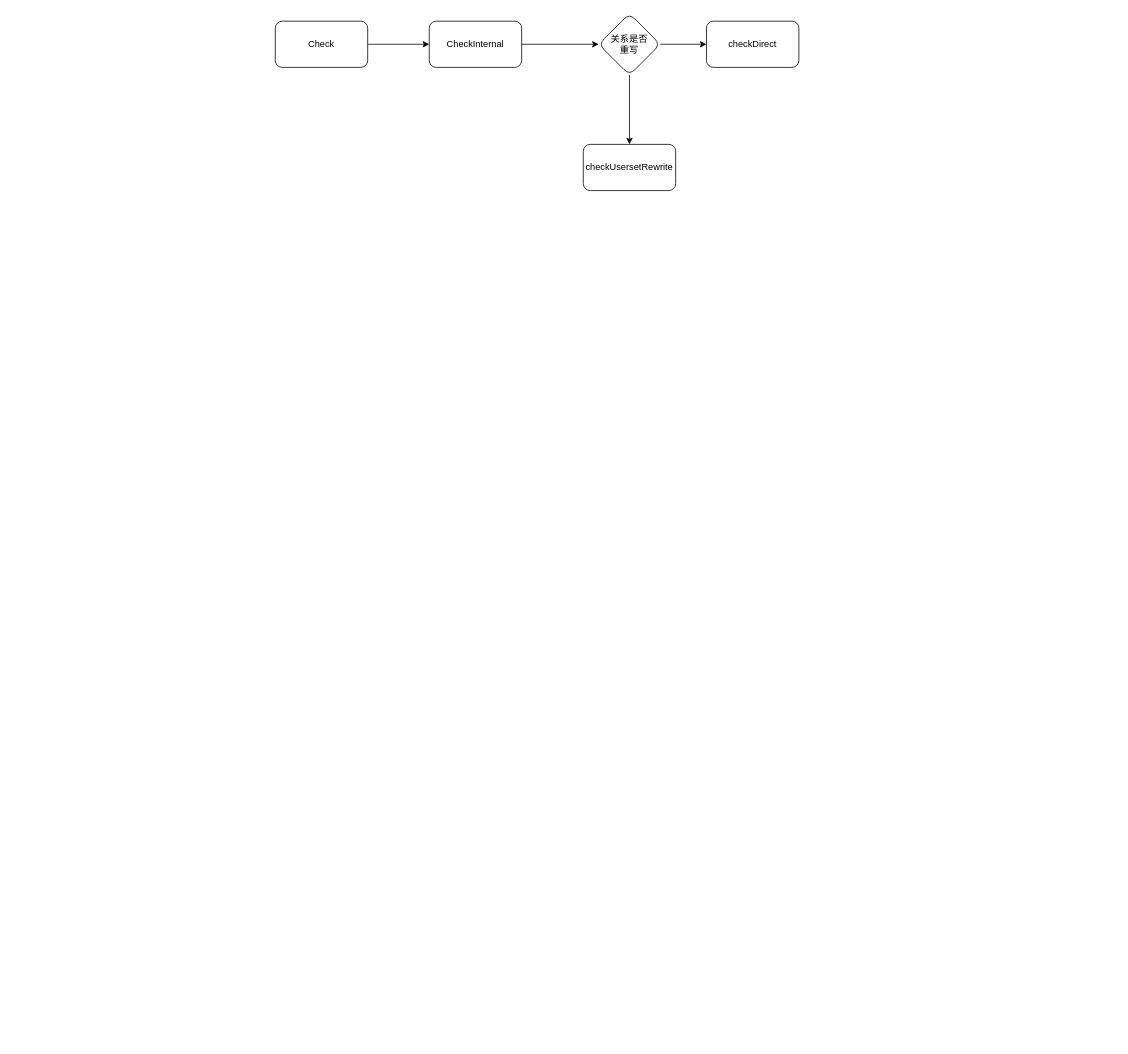
This is checker.drawio from yamilinqh/spicedb, a draw.io file, before an edit. Source tidied: cells renumbered, new cells numbered last; positions are measured from the earlier drawing's top-left corner, leaving out a move shared by most shapes. Both pictures are drawn from the tidied source at 77%, with x=0, y=0 at pixel (275, 13).
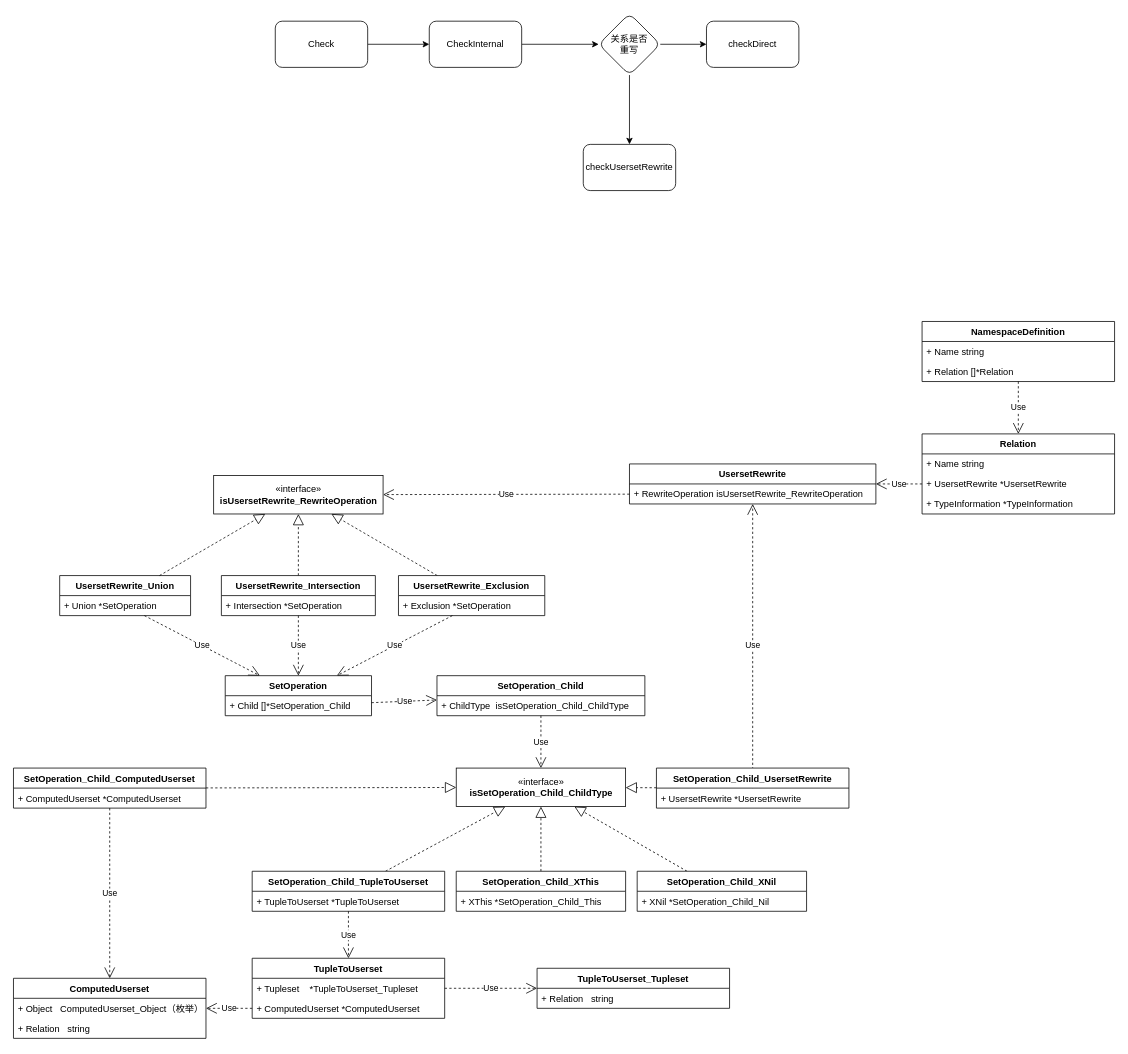
Above is the later version.

What changed in the source:
```diff
@@
+    <mxCell id="11" value="«interface»&lt;br&gt;&lt;b&gt;isUsersetRewrite_RewriteOperation&lt;/b&gt;" style="html=1;" parent="1" vertex="1">
+      <mxGeometry x="-80" y="600" width="220" height="50" as="geometry" />
+    </mxCell>
+    <mxCell id="12" value="UsersetRewrite_Union" style="swimlane;fontStyle=1;align=center;verticalAlign=top;horizontal=1;startSize=26;" parent="1" vertex="1">
+      <mxGeometry x="-280" y="730" width="170" height="52" as="geometry" />
+    </mxCell>
+    <mxCell id="13" value="+ Union *SetOperation" style="text;strokeColor=none;fillColor=none;align=left;verticalAlign=top;spacingLeft=4;spacingRight=4;overflow=hidden;points=[[0,0.5],[1,0.5]];portConstraint=eastwest;" parent="12" vertex="1">
+      <mxGeometry y="26" width="170" height="26" as="geometry" />
+    </mxCell>
+    <mxCell id="14" style="endArrow=block;dashed=1;endFill=0;endSize=12;html=1;" parent="1" edge="1" source="12" target="11">
+      <mxGeometry relative="1" as="geometry" />
+    </mxCell>
+    <mxCell id="15" style="endArrow=block;dashed=1;endFill=0;endSize=12;html=1;" parent="1" edge="1" source="40" target="11">
+      <mxGeometry relative="1" as="geometry" />
+    </mxCell>
+    <mxCell id="16" style="endArrow=block;dashed=1;endFill=0;endSize=12;html=1;" parent="1" edge="1" source="42" target="11">
+      <mxGeometry relative="1" as="geometry" />
+    </mxCell>
+    <mxCell id="17" value="Use" style="endArrow=open;endSize=12;dashed=1;html=1;" parent="1" edge="1" source="43" target="44">
+      <mxGeometry relative="1" as="geometry" />
+    </mxCell>
+    <mxCell id="18" value="Use" style="endArrow=open;endSize=12;dashed=1;html=1;" parent="1" edge="1" source="45" target="55">
+      <mxGeometry relative="1" as="geometry" />
+    </mxCell>
+    <mxCell id="19" value="«interface»&lt;br&gt;&lt;b&gt;isSetOperation_Child_ChildType&lt;/b&gt;" style="html=1;" parent="1" vertex="1">
+      <mxGeometry x="235" y="980" width="220" height="50" as="geometry" />
+    </mxCell>
+    <mxCell id="20" value="Use" style="endArrow=open;endSize=12;dashed=1;html=1;" parent="1" edge="1" source="56" target="19">
+      <mxGeometry relative="1" as="geometry" />
+    </mxCell>
+    <mxCell id="21" style="endArrow=block;dashed=1;endFill=0;endSize=12;html=1;" parent="1" edge="1" source="57" target="19">
+      <mxGeometry relative="1" as="geometry" />
+    </mxCell>
+    <mxCell id="22" style="endArrow=block;dashed=1;endFill=0;endSize=12;html=1;" parent="1" edge="1" source="67" target="19">
+      <mxGeometry relative="1" as="geometry" />
+    </mxCell>
+    <mxCell id="23" style="endArrow=block;dashed=1;endFill=0;endSize=12;html=1;" parent="1" edge="1" source="59" target="19">
+      <mxGeometry relative="1" as="geometry" />
+    </mxCell>
+    <mxCell id="24" style="endArrow=block;dashed=1;endFill=0;endSize=12;html=1;" parent="1" edge="1" source="50" target="19">
+      <mxGeometry relative="1" as="geometry" />
+    </mxCell>
+    <mxCell id="25" style="endArrow=block;dashed=1;endFill=0;endSize=12;html=1;" parent="1" edge="1" source="69" target="19">
+      <mxGeometry relative="1" as="geometry" />
+    </mxCell>
+    <mxCell id="26" value="Use" style="endArrow=open;endSize=12;dashed=1;html=1;" parent="1" edge="1" source="68" target="64">
+      <mxGeometry relative="1" as="geometry" />
+    </mxCell>
+    <mxCell id="27" value="Use" style="endArrow=open;endSize=12;dashed=1;html=1;" parent="1" edge="1" source="63" target="64">
+      <mxGeometry relative="1" as="geometry" />
+    </mxCell>
+    <mxCell id="28" value="Use" style="endArrow=open;endSize=12;dashed=1;html=1;" parent="1" edge="1" source="60" target="61">
+      <mxGeometry relative="1" as="geometry" />
+    </mxCell>
+    <mxCell id="29" value="Use" style="endArrow=open;endSize=12;dashed=1;html=1;" parent="1" edge="1" source="51" target="38">
+      <mxGeometry relative="1" as="geometry" />
+    </mxCell>
+    <mxCell id="30" value="Use" style="endArrow=open;endSize=12;dashed=1;html=1;" parent="1" edge="1" source="62" target="36">
+      <mxGeometry relative="1" as="geometry" />
+    </mxCell>
+    <mxCell id="31" value="Use" style="endArrow=open;endSize=12;dashed=1;html=1;" parent="1" edge="1" source="39" target="11">
+      <mxGeometry relative="1" as="geometry" />
+    </mxCell>
+    <mxCell id="32" value="Use" style="endArrow=open;endSize=12;dashed=1;html=1;" parent="1" edge="1" source="48" target="38">
+      <mxGeometry relative="1" as="geometry" />
+    </mxCell>
+    <mxCell id="33" value="Use" style="endArrow=open;endSize=12;dashed=1;html=1;" parent="1" edge="1" source="54" target="46">
+      <mxGeometry relative="1" as="geometry" />
+    </mxCell>
+    <mxCell id="34" value="Use" style="endArrow=open;endSize=12;dashed=1;html=1;" parent="1" edge="1" source="41" target="44">
+      <mxGeometry relative="1" as="geometry" />
+    </mxCell>
+    <mxCell id="35" value="Use" style="endArrow=open;endSize=12;dashed=1;html=1;" parent="1" edge="1" source="13" target="44">
+      <mxGeometry relative="1" as="geometry" />
+    </mxCell>
+    <mxCell id="36" value="TupleToUserset_Tupleset" style="swimlane;fontStyle=1;align=center;verticalAlign=top;horizontal=1;startSize=26;" parent="1" vertex="1">
+      <mxGeometry x="340" y="1240" width="250" height="52" as="geometry" />
+    </mxCell>
+    <mxCell id="37" value="+ Relation   string" style="text;strokeColor=none;fillColor=none;align=left;verticalAlign=top;spacingLeft=4;spacingRight=4;overflow=hidden;" parent="36" vertex="1">
+      <mxGeometry y="26" width="250" height="26" as="geometry" />
+    </mxCell>
+    <mxCell id="38" value="UsersetRewrite" style="swimlane;fontStyle=1;align=center;verticalAlign=top;horizontal=1;startSize=26;" parent="1" vertex="1">
+      <mxGeometry x="460" y="585" width="320" height="52" as="geometry" />
+    </mxCell>
+    <mxCell id="39" value="+ RewriteOperation isUsersetRewrite_RewriteOperation" style="text;strokeColor=none;fillColor=none;align=left;verticalAlign=top;spacingLeft=4;spacingRight=4;overflow=hidden;points=[[0,0.5],[1,0.5]];portConstraint=eastwest;" parent="38" vertex="1">
+      <mxGeometry y="26" width="320" height="26" as="geometry" />
+    </mxCell>
+    <mxCell id="40" value="UsersetRewrite_Intersection" style="swimlane;fontStyle=1;align=center;verticalAlign=top;horizontal=1;startSize=26;" parent="1" vertex="1">
+      <mxGeometry x="-70" y="730" width="200" height="52" as="geometry" />
+    </mxCell>
+    <mxCell id="41" value="+ Intersection *SetOperation" style="text;strokeColor=none;fillColor=none;align=left;verticalAlign=top;spacingLeft=4;spacingRight=4;overflow=hidden;points=[[0,0.5],[1,0.5]];portConstraint=eastwest;" parent="40" vertex="1">
+      <mxGeometry y="26" width="200" height="26" as="geometry" />
+    </mxCell>
+    <mxCell id="42" value="UsersetRewrite_Exclusion" style="swimlane;fontStyle=1;align=center;verticalAlign=top;horizontal=1;startSize=26;" parent="1" vertex="1">
+      <mxGeometry x="160" y="730" width="190" height="52" as="geometry" />
+    </mxCell>
+    <mxCell id="43" value="+ Exclusion *SetOperation" style="text;strokeColor=none;fillColor=none;align=left;verticalAlign=top;spacingLeft=4;spacingRight=4;overflow=hidden;points=[[0,0.5],[1,0.5]];portConstraint=eastwest;" parent="42" vertex="1">
+      <mxGeometry y="26" width="190" height="26" as="geometry" />
+    </mxCell>
+    <mxCell id="44" value="SetOperation" style="swimlane;fontStyle=1;align=center;verticalAlign=top;horizontal=1;startSize=26;" parent="1" vertex="1">
+      <mxGeometry x="-65" y="860" width="190" height="52" as="geometry" />
+    </mxCell>
+    <mxCell id="45" value="+ Child []*SetOperation_Child" style="text;strokeColor=none;fillColor=none;align=left;verticalAlign=top;spacingLeft=4;spacingRight=4;overflow=hidden;points=[[0,0.5],[1,0.5]];portConstraint=eastwest;" parent="44" vertex="1">
+      <mxGeometry y="26" width="190" height="26" as="geometry" />
+    </mxCell>
+    <mxCell id="46" value="Relation" style="swimlane;fontStyle=1;align=center;verticalAlign=top;horizontal=1;startSize=26;" parent="1" vertex="1">
+      <mxGeometry x="840" y="546" width="250" height="104" as="geometry" />
+    </mxCell>
+    <mxCell id="47" value="+ Name string" style="text;strokeColor=none;fillColor=none;align=left;verticalAlign=top;spacingLeft=4;spacingRight=4;overflow=hidden;" parent="46" vertex="1">
+      <mxGeometry y="26" width="250" height="26" as="geometry" />
+    </mxCell>
+    <mxCell id="48" value="+ UsersetRewrite *UsersetRewrite" style="text;strokeColor=none;fillColor=none;align=left;verticalAlign=top;spacingLeft=4;spacingRight=4;overflow=hidden;points=[[0,0.5],[1,0.5]];portConstraint=eastwest;" parent="46" vertex="1">
+      <mxGeometry y="52" width="250" height="26" as="geometry" />
+    </mxCell>
+    <mxCell id="49" value="+ TypeInformation *TypeInformation" style="text;strokeColor=none;fillColor=none;align=left;verticalAlign=top;spacingLeft=4;spacingRight=4;overflow=hidden;" parent="46" vertex="1">
+      <mxGeometry y="78" width="250" height="26" as="geometry" />
+    </mxCell>
+    <mxCell id="50" value="SetOperation_Child_UsersetRewrite" style="swimlane;fontStyle=1;align=center;verticalAlign=top;horizontal=1;startSize=26;" parent="1" vertex="1">
+      <mxGeometry x="495" y="980" width="250" height="52" as="geometry" />
+    </mxCell>
+    <mxCell id="51" value="+ UsersetRewrite *UsersetRewrite" style="text;strokeColor=none;fillColor=none;align=left;verticalAlign=top;spacingLeft=4;spacingRight=4;overflow=hidden;points=[[0,0.5],[1,0.5]];portConstraint=eastwest;" parent="50" vertex="1">
+      <mxGeometry y="26" width="250" height="26" as="geometry" />
+    </mxCell>
+    <mxCell id="52" value="NamespaceDefinition" style="swimlane;fontStyle=1;align=center;verticalAlign=top;horizontal=1;startSize=26;" parent="1" vertex="1">
+      <mxGeometry x="840" y="400" width="250" height="78" as="geometry" />
+    </mxCell>
+    <mxCell id="53" value="+ Name string" style="text;strokeColor=none;fillColor=none;align=left;verticalAlign=top;spacingLeft=4;spacingRight=4;overflow=hidden;" parent="52" vertex="1">
+      <mxGeometry y="26" width="250" height="26" as="geometry" />
+    </mxCell>
+    <mxCell id="54" value="+ Relation []*Relation" style="text;strokeColor=none;fillColor=none;align=left;verticalAlign=top;spacingLeft=4;spacingRight=4;overflow=hidden;points=[[0,0.5],[1,0.5]];portConstraint=eastwest;" parent="52" vertex="1">
+      <mxGeometry y="52" width="250" height="26" as="geometry" />
+    </mxCell>
+    <mxCell id="55" value="SetOperation_Child" style="swimlane;fontStyle=1;align=center;verticalAlign=top;horizontal=1;startSize=26;" parent="1" vertex="1">
+      <mxGeometry x="210" y="860" width="270" height="52" as="geometry" />
+    </mxCell>
+    <mxCell id="56" value="+ ChildType  isSetOperation_Child_ChildType" style="text;strokeColor=none;fillColor=none;align=left;verticalAlign=top;spacingLeft=4;spacingRight=4;overflow=hidden;points=[[0,0.5],[1,0.5]];portConstraint=eastwest;" parent="55" vertex="1">
+      <mxGeometry y="26" width="270" height="26" as="geometry" />
+    </mxCell>
+    <mxCell id="57" value="SetOperation_Child_XThis" style="swimlane;fontStyle=1;align=center;verticalAlign=top;horizontal=1;startSize=26;" parent="1" vertex="1">
+      <mxGeometry x="235" y="1114" width="220" height="52" as="geometry" />
+    </mxCell>
+    <mxCell id="58" value="+ XThis *SetOperation_Child_This" style="text;strokeColor=none;fillColor=none;align=left;verticalAlign=top;spacingLeft=4;spacingRight=4;overflow=hidden;" parent="57" vertex="1">
+      <mxGeometry y="26" width="220" height="26" as="geometry" />
+    </mxCell>
+    <mxCell id="59" value="SetOperation_Child_TupleToUserset" style="swimlane;fontStyle=1;align=center;verticalAlign=top;horizontal=1;startSize=26;" parent="1" vertex="1">
+      <mxGeometry x="-30" y="1114" width="250" height="52" as="geometry" />
+    </mxCell>
+    <mxCell id="60" value="+ TupleToUserset *TupleToUserset" style="text;strokeColor=none;fillColor=none;align=left;verticalAlign=top;spacingLeft=4;spacingRight=4;overflow=hidden;points=[[0,0.5],[1,0.5]];portConstraint=eastwest;" parent="59" vertex="1">
+      <mxGeometry y="26" width="250" height="26" as="geometry" />
+    </mxCell>
+    <mxCell id="61" value="TupleToUserset" style="swimlane;fontStyle=1;align=center;verticalAlign=top;horizontal=1;startSize=26;" parent="1" vertex="1">
+      <mxGeometry x="-30" y="1227" width="250" height="78" as="geometry" />
+    </mxCell>
+    <mxCell id="62" value="+ Tupleset    *TupleToUserset_Tupleset" style="text;strokeColor=none;fillColor=none;align=left;verticalAlign=top;spacingLeft=4;spacingRight=4;overflow=hidden;points=[[0,0.5],[1,0.5]];portConstraint=eastwest;" parent="61" vertex="1">
+      <mxGeometry y="26" width="250" height="26" as="geometry" />
+    </mxCell>
+    <mxCell id="63" value="+ ComputedUserset *ComputedUserset" style="text;strokeColor=none;fillColor=none;align=left;verticalAlign=top;spacingLeft=4;spacingRight=4;overflow=hidden;points=[[0,0.5],[1,0.5]];portConstraint=eastwest;" parent="61" vertex="1">
+      <mxGeometry y="52" width="250" height="26" as="geometry" />
+    </mxCell>
+    <mxCell id="64" value="ComputedUserset" style="swimlane;fontStyle=1;align=center;verticalAlign=top;horizontal=1;startSize=26;" parent="1" vertex="1">
+      <mxGeometry x="-340" y="1253" width="250" height="78" as="geometry" />
+    </mxCell>
+    <mxCell id="65" value="+ Object   ComputedUserset_Object（枚举）" style="text;strokeColor=none;fillColor=none;align=left;verticalAlign=top;spacingLeft=4;spacingRight=4;overflow=hidden;" parent="64" vertex="1">
+      <mxGeometry y="26" width="250" height="26" as="geometry" />
+    </mxCell>
+    <mxCell id="66" value="+ Relation   string" style="text;strokeColor=none;fillColor=none;align=left;verticalAlign=top;spacingLeft=4;spacingRight=4;overflow=hidden;" parent="64" vertex="1">
+      <mxGeometry y="52" width="250" height="26" as="geometry" />
+    </mxCell>
+    <mxCell id="67" value="SetOperation_Child_ComputedUserset" style="swimlane;fontStyle=1;align=center;verticalAlign=top;horizontal=1;startSize=26;" parent="1" vertex="1">
+      <mxGeometry x="-340" y="980" width="250" height="52" as="geometry" />
+    </mxCell>
+    <mxCell id="68" value="+ ComputedUserset *ComputedUserset" style="text;strokeColor=none;fillColor=none;align=left;verticalAlign=top;spacingLeft=4;spacingRight=4;overflow=hidden;points=[[0,0.5],[1,0.5]];portConstraint=eastwest;" parent="67" vertex="1">
+      <mxGeometry y="26" width="250" height="26" as="geometry" />
+    </mxCell>
+    <mxCell id="69" value="SetOperation_Child_XNil" style="swimlane;fontStyle=1;align=center;verticalAlign=top;horizontal=1;startSize=26;" parent="1" vertex="1">
+      <mxGeometry x="470" y="1114" width="220" height="52" as="geometry" />
+    </mxCell>
+    <mxCell id="70" value="+ XNil *SetOperation_Child_Nil" style="text;strokeColor=none;fillColor=none;align=left;verticalAlign=top;spacingLeft=4;spacingRight=4;overflow=hidden;" parent="69" vertex="1">
+      <mxGeometry y="26" width="220" height="26" as="geometry" />
+    </mxCell>
```
